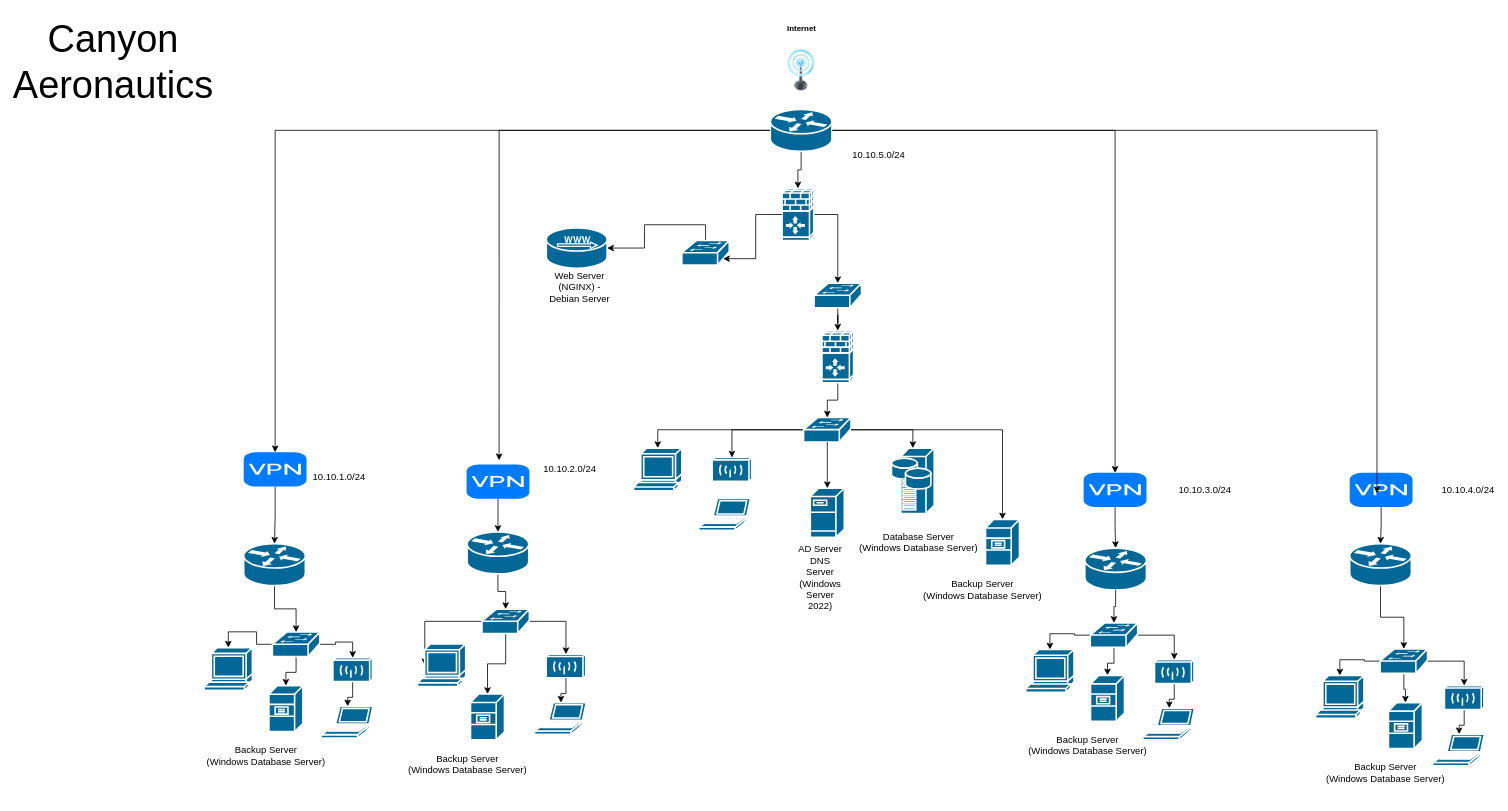
The draw.io diagram ITT-216-CanyonAero.drawio in cyberqueenmeg/itt-116, before the edit. Source tidied: cells renumbered, new cells numbered last; positions are measured from the earlier drawing's top-left corner, leaving out a move shared by most shapes. Both pictures are drawn from the tidied source at 79%, with x=0, y=0 at pixel (30, 14).
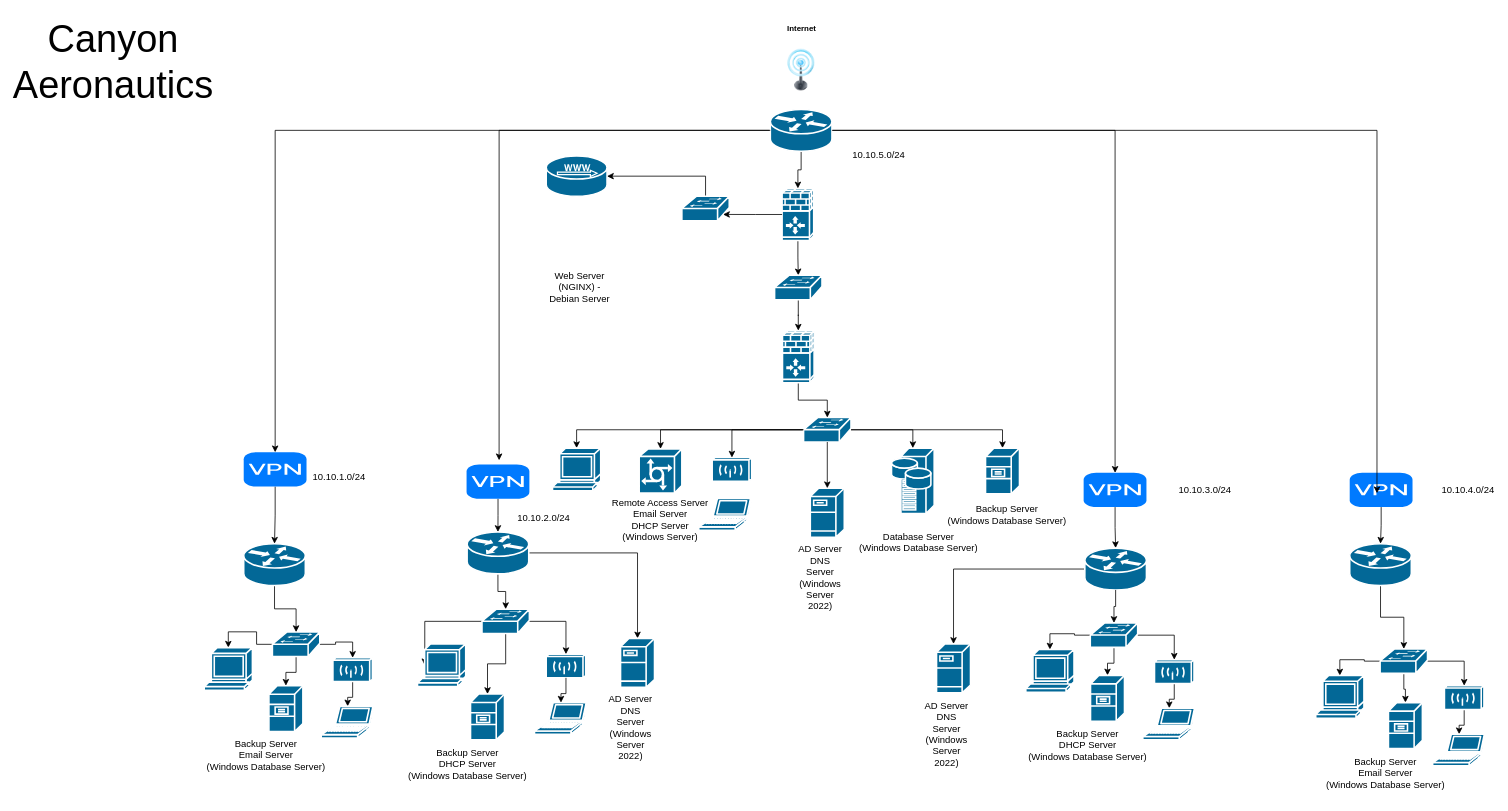
The same diagram, later.

The change refers to these unchanged cells:
```xml
<mxCell id="46" style="shape=mxgraph.cisco.switches.workgroup_switch;sketch=0;html=1;dashed=0;fillColor=#036897;strokeColor=#ffffff;strokeWidth=2;verticalLabelPosition=bottom;verticalAlign=top;align=center;outlineConnect=0;" parent="1" vertex="1">
  <mxGeometry x="978.7" y="510" width="60" height="31" as="geometry" />
</mxCell>
<mxCell id="72" style="shape=mxgraph.cisco.routers.router;sketch=0;html=1;dashed=0;fillColor=#036897;strokeColor=#ffffff;strokeWidth=2;verticalLabelPosition=bottom;verticalAlign=top;align=center;outlineConnect=0;" parent="1" vertex="1">
  <mxGeometry x="552.8" y="654.9" width="78" height="53" as="geometry" />
</mxCell>
<mxCell id="75" style="shape=mxgraph.cisco.routers.router;sketch=0;html=1;dashed=0;fillColor=#036897;strokeColor=#ffffff;strokeWidth=2;verticalLabelPosition=bottom;verticalAlign=top;align=center;outlineConnect=0;" parent="1" vertex="1">
  <mxGeometry x="1334.7" y="675.3" width="78" height="53" as="geometry" />
</mxCell>
```

What changed in the source:
```diff
@@
     <mxCell id="35" value="10.10.2.0/24" style="text;html=1;strokeColor=none;fillColor=none;align=center;verticalAlign=middle;whiteSpace=wrap;rounded=0;" parent="1" vertex="1">
-      <mxGeometry x="653" y="560.7" width="60" height="30" as="geometry" />
+      <mxGeometry x="620" y="623.4" width="60" height="30" as="geometry" />
     </mxCell>
@@
     <mxCell id="40" style="shape=mxgraph.cisco.servers.microwebserver;sketch=0;html=1;dashed=0;fillColor=#036897;strokeColor=#ffffff;strokeWidth=2;verticalLabelPosition=bottom;verticalAlign=top;align=center;outlineConnect=0;" parent="1" vertex="1">
-      <mxGeometry x="653" y="270" width="77" height="51" as="geometry" />
+      <mxGeometry x="652.9" y="179" width="77" height="51" as="geometry" />
     </mxCell>
@@
     <mxCell id="48" style="shape=mxgraph.cisco.computers_and_peripherals.terminal;sketch=0;html=1;dashed=0;fillColor=#036897;strokeColor=#ffffff;strokeWidth=2;verticalLabelPosition=bottom;verticalAlign=top;align=center;outlineConnect=0;" parent="1" vertex="1">
-      <mxGeometry x="763.6" y="548.7" width="61" height="54" as="geometry" />
+      <mxGeometry x="660.9" y="548.7" width="61" height="54" as="geometry" />
     </mxCell>
@@
     <mxCell id="61" style="shape=mxgraph.cisco.security.ios_firewall;sketch=0;html=1;dashed=0;fillColor=#036897;strokeColor=#ffffff;strokeWidth=2;verticalLabelPosition=bottom;verticalAlign=top;align=center;outlineConnect=0;" parent="1" vertex="1">
-      <mxGeometry x="1002" y="400" width="40" height="66" as="geometry" />
+      <mxGeometry x="952" y="400" width="40" height="66" as="geometry" />
     </mxCell>
@@
     <mxCell id="63" style="shape=mxgraph.cisco.switches.workgroup_switch;sketch=0;html=1;dashed=0;fillColor=#036897;strokeColor=#ffffff;strokeWidth=2;verticalLabelPosition=bottom;verticalAlign=top;align=center;outlineConnect=0;" parent="1" vertex="1">
-      <mxGeometry x="992" y="340" width="60" height="31" as="geometry" />
+      <mxGeometry x="942" y="330" width="60" height="31" as="geometry" />
     </mxCell>
@@
     <mxCell id="65" style="shape=mxgraph.cisco.switches.workgroup_switch;sketch=0;html=1;dashed=0;fillColor=#036897;strokeColor=#ffffff;strokeWidth=2;verticalLabelPosition=bottom;verticalAlign=top;align=center;outlineConnect=0;" parent="1" vertex="1">
-      <mxGeometry x="824.6" y="286" width="60" height="31" as="geometry" />
+      <mxGeometry x="824.6" y="230" width="60" height="31" as="geometry" />
     </mxCell>
@@
+    <mxCell id="99" style="edgeStyle=orthogonalEdgeStyle;rounded=0;jettySize=auto;html=1;" parent="1" edge="1" source="72" target="101">
+      <mxGeometry relative="1" as="geometry" />
+    </mxCell>
@@
+    <mxCell id="100" style="edgeStyle=orthogonalEdgeStyle;rounded=0;jettySize=auto;html=1;" parent="1" edge="1" source="75" target="103">
+      <mxGeometry relative="1" as="geometry" />
+    </mxCell>
@@
     <mxCell id="89" style="shape=mxgraph.cisco.servers.file_server;sketch=0;html=1;dashed=0;fillColor=#036897;strokeColor=#ffffff;strokeWidth=2;verticalLabelPosition=bottom;verticalAlign=top;align=center;outlineConnect=0;" parent="1" vertex="1">
-      <mxGeometry x="1209" y="639" width="43" height="58" as="geometry" />
+      <mxGeometry x="1209" y="548.7" width="43" height="58" as="geometry" />
     </mxCell>
     <mxCell id="90" value="Backup Server&lt;br&gt;(Windows Database Server)" style="text;html=1;align=center;verticalAlign=middle;strokeColor=none;fillColor=none;" parent="1" vertex="1">
-      <mxGeometry x="1120" y="707.9" width="170" height="40" as="geometry" />
+      <mxGeometry x="1151" y="612.8" width="170" height="40" as="geometry" />
     </mxCell>
@@
-    <mxCell id="92" value="Backup Server&lt;br&gt;(Windows Database Server)" style="text;html=1;align=center;verticalAlign=middle;strokeColor=none;fillColor=none;" parent="1" vertex="1">
-      <mxGeometry x="1252.9" y="905.4" width="170" height="40" as="geometry" />
+    <mxCell id="92" value="Backup Server&lt;br&gt;DHCP Server&lt;br&gt;(Windows Database Server)" style="text;html=1;align=center;verticalAlign=middle;strokeColor=none;fillColor=none;" parent="1" vertex="1">
+      <mxGeometry x="1252.9" y="895.4" width="170" height="60" as="geometry" />
     </mxCell>
@@
-    <mxCell id="94" value="Backup Server&lt;br&gt;(Windows Database Server)" style="text;html=1;align=center;verticalAlign=middle;strokeColor=none;fillColor=none;" parent="1" vertex="1">
-      <mxGeometry x="468.1" y="928.9" width="170" height="40" as="geometry" />
+    <mxCell id="94" value="Backup Server&lt;br&gt;DHCP Server&lt;br&gt;(Windows Database Server)" style="text;html=1;align=center;verticalAlign=middle;strokeColor=none;fillColor=none;" parent="1" vertex="1">
+      <mxGeometry x="468.1" y="918.9" width="170" height="60" as="geometry" />
     </mxCell>
@@
-    <mxCell id="96" value="Backup Server&lt;br&gt;(Windows Database Server)" style="text;html=1;align=center;verticalAlign=middle;strokeColor=none;fillColor=none;" parent="1" vertex="1">
-      <mxGeometry x="1630" y="939.8" width="170" height="40" as="geometry" />
+    <mxCell id="96" value="Backup Server&lt;br&gt;Email Server&lt;br&gt;(Windows Database Server)" style="text;html=1;align=center;verticalAlign=middle;strokeColor=none;fillColor=none;" parent="1" vertex="1">
+      <mxGeometry x="1630" y="929.8" width="170" height="60" as="geometry" />
     </mxCell>
@@
-    <mxCell id="98" value="Backup Server&lt;br&gt;(Windows Database Server)" style="text;html=1;align=center;verticalAlign=middle;strokeColor=none;fillColor=none;" parent="1" vertex="1">
-      <mxGeometry x="212.9" y="918.4" width="170" height="40" as="geometry" />
+    <mxCell id="98" value="Backup Server&lt;br&gt;Email Server&lt;br&gt;(Windows Database Server)" style="text;html=1;align=center;verticalAlign=middle;strokeColor=none;fillColor=none;" parent="1" vertex="1">
+      <mxGeometry x="212.9" y="908.4" width="170" height="60" as="geometry" />
     </mxCell>
+    <mxCell id="101" style="shape=mxgraph.cisco.servers.fileserver;sketch=0;html=1;dashed=0;fillColor=#036897;strokeColor=#ffffff;strokeWidth=2;verticalLabelPosition=bottom;verticalAlign=top;align=center;outlineConnect=0;" parent="1" vertex="1">
+      <mxGeometry x="747" y="789.6" width="43" height="62" as="geometry" />
+    </mxCell>
+    <mxCell id="102" value="AD Server&lt;br&gt;DNS Server&lt;br&gt;(Windows Server 2022)" style="text;html=1;strokeColor=none;fillColor=none;align=center;verticalAlign=middle;whiteSpace=wrap;rounded=0;" parent="1" vertex="1">
+      <mxGeometry x="730" y="888.4" width="60" height="30" as="geometry" />
+    </mxCell>
+    <mxCell id="103" style="shape=mxgraph.cisco.servers.fileserver;sketch=0;html=1;dashed=0;fillColor=#036897;strokeColor=#ffffff;strokeWidth=2;verticalLabelPosition=bottom;verticalAlign=top;align=center;outlineConnect=0;" parent="1" vertex="1">
+      <mxGeometry x="1147" y="796.6" width="43" height="62" as="geometry" />
+    </mxCell>
+    <mxCell id="104" value="AD Server&lt;br&gt;DNS Server&lt;br&gt;(Windows Server 2022)" style="text;html=1;strokeColor=none;fillColor=none;align=center;verticalAlign=middle;whiteSpace=wrap;rounded=0;" parent="1" vertex="1">
+      <mxGeometry x="1130" y="895.5" width="60" height="30" as="geometry" />
+    </mxCell>
+    <mxCell id="105" style="shape=mxgraph.cisco.servers.communications_server;sketch=0;html=1;dashed=0;fillColor=#036897;strokeColor=#ffffff;strokeWidth=2;verticalLabelPosition=bottom;verticalAlign=top;align=center;outlineConnect=0;" parent="1" vertex="1">
+      <mxGeometry x="770.6" y="549.7" width="54" height="56" as="geometry" />
+    </mxCell>
+    <mxCell id="106" style="edgeStyle=orthogonalEdgeStyle;rounded=0;jettySize=auto;html=1;entryX=0.5;entryY=0;entryDx=0;entryDy=0;entryPerimeter=0;" parent="1" edge="1" source="46" target="105">
+      <mxGeometry relative="1" as="geometry" />
+    </mxCell>
+    <mxCell id="107" value="Remote Access Server&lt;br&gt;Email Server&lt;br&gt;DHCP Server&lt;br&gt;(Windows Server)" style="text;html=1;strokeColor=none;fillColor=none;align=center;verticalAlign=middle;whiteSpace=wrap;rounded=0;" parent="1" vertex="1">
+      <mxGeometry x="724.9" y="624.9" width="145.4" height="30" as="geometry" />
+    </mxCell>
```
